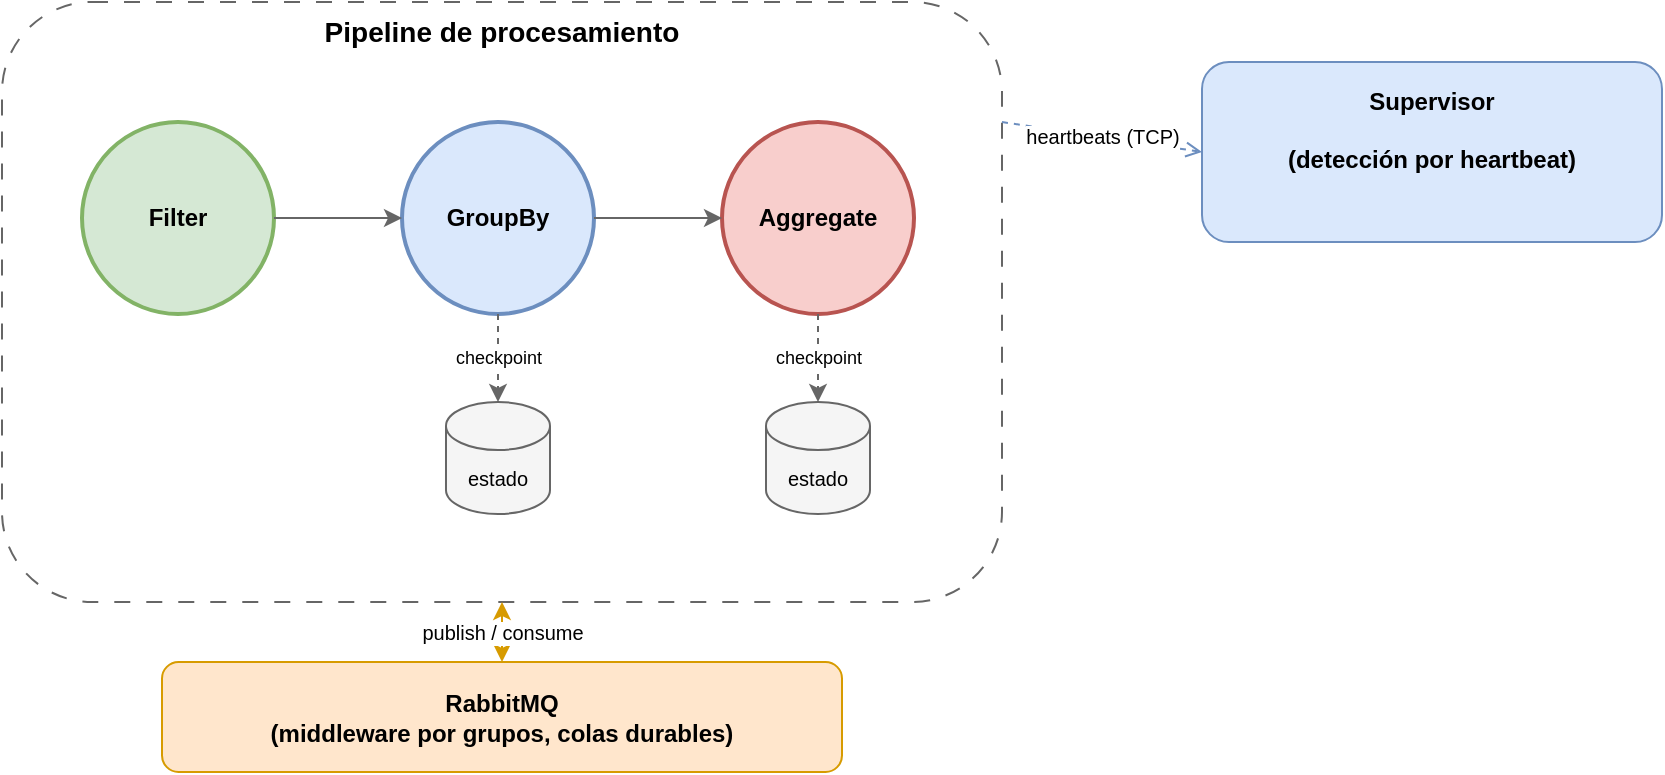
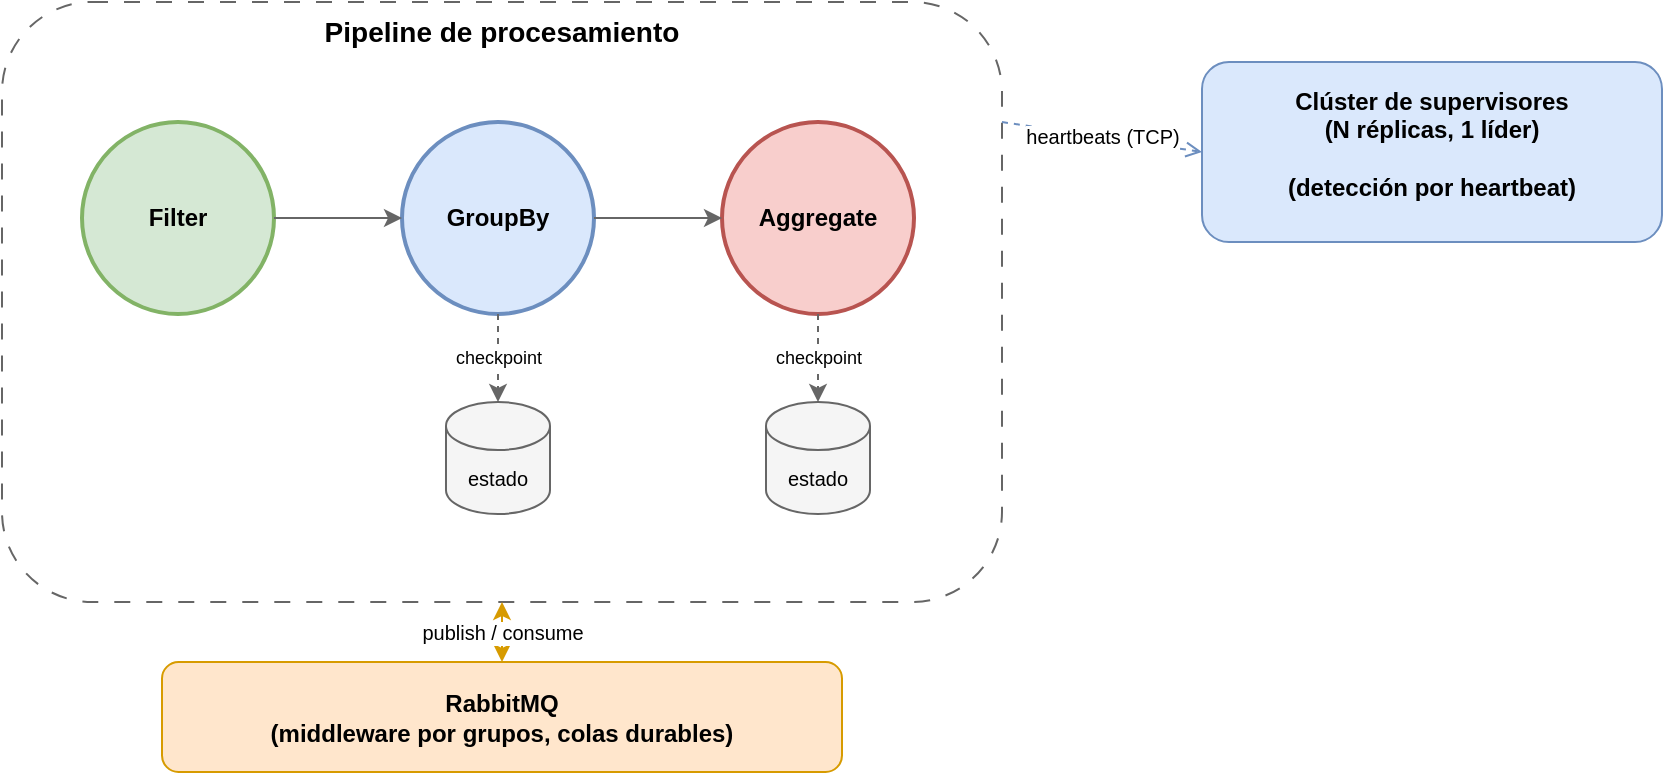
<mxfile host="app.diagrams.net" version="24.0.0">
  <diagram name="ft-architecture" id="ftarch">
    <mxGraphModel dx="900" dy="600" grid="0" gridSize="10" guides="1" tooltips="1" connect="1" arrows="1" fold="1" page="1" pageScale="1" pageWidth="900" pageHeight="520" math="0" shadow="0">
      <root>
        <mxCell id="0" />
        <mxCell id="1" parent="0" />


        <mxCell id="pipe" value="Pipeline de procesamiento" style="rounded=1;whiteSpace=wrap;html=1;fillColor=none;strokeColor=#666666;dashed=1;dashPattern=8 8;verticalAlign=top;fontSize=14;fontStyle=1;" vertex="1" parent="1">
          <mxGeometry x="20.00" y="30.00" width="500" height="300" as="geometry" />
        </mxCell>


        <mxCell id="nfilter" value="Filter" style="ellipse;whiteSpace=wrap;html=1;aspect=fixed;strokeWidth=2;fillColor=#d5e8d4;strokeColor=#82b366;fontStyle=1" vertex="1" parent="1">
          <mxGeometry x="60.00" y="90.00" width="96" height="96" as="geometry" />
        </mxCell>
        <mxCell id="ngroup" value="GroupBy" style="ellipse;whiteSpace=wrap;html=1;aspect=fixed;strokeWidth=2;fillColor=#dae8fc;strokeColor=#6c8ebf;fontStyle=1" vertex="1" parent="1">
          <mxGeometry x="220.00" y="90.00" width="96" height="96" as="geometry" />
        </mxCell>
        <mxCell id="naggr" value="Aggregate" style="ellipse;whiteSpace=wrap;html=1;aspect=fixed;strokeWidth=2;fillColor=#f8cecc;strokeColor=#b85450;fontStyle=1" vertex="1" parent="1">
          <mxGeometry x="380.00" y="90.00" width="96" height="96" as="geometry" />
        </mxCell>


        <mxCell id="cgroup" value="estado" style="shape=cylinder3;whiteSpace=wrap;html=1;boundedLbl=1;backgroundOutline=1;size=12;fillColor=#f5f5f5;strokeColor=#666666;fontSize=10" vertex="1" parent="1">
          <mxGeometry x="242.00" y="230.00" width="52" height="56" as="geometry" />
        </mxCell>
        <mxCell id="caggr" value="estado" style="shape=cylinder3;whiteSpace=wrap;html=1;boundedLbl=1;backgroundOutline=1;size=12;fillColor=#f5f5f5;strokeColor=#666666;fontSize=10" vertex="1" parent="1">
          <mxGeometry x="402.00" y="230.00" width="52" height="56" as="geometry" />
        </mxCell>


        <mxCell id="e1" style="endArrow=classic;html=1;strokeColor=#666666;" edge="1" parent="1" source="nfilter" target="ngroup"><mxGeometry relative="1" as="geometry" /></mxCell>
        <mxCell id="e2" style="endArrow=classic;html=1;strokeColor=#666666;" edge="1" parent="1" source="ngroup" target="naggr"><mxGeometry relative="1" as="geometry" /></mxCell>
        <mxCell id="ec1" value="checkpoint" style="endArrow=classic;html=1;strokeColor=#666666;fontSize=9;dashed=1;" edge="1" parent="1" source="ngroup" target="cgroup"><mxGeometry relative="1" as="geometry" /></mxCell>
        <mxCell id="ec2" value="checkpoint" style="endArrow=classic;html=1;strokeColor=#666666;fontSize=9;dashed=1;" edge="1" parent="1" source="naggr" target="caggr"><mxGeometry relative="1" as="geometry" /></mxCell>


        <mxCell id="rabbit" value="RabbitMQ&#10;(middleware por grupos, colas durables)" style="rounded=1;whiteSpace=wrap;html=1;fillColor=#ffe6cc;strokeColor=#d79b00;fontStyle=1" vertex="1" parent="1">
          <mxGeometry x="100.00" y="360.00" width="340" height="55" as="geometry" />
        </mxCell>
        <mxCell id="edata" value="publish / consume" style="endArrow=classic;startArrow=classic;html=1;strokeColor=#d79b00;fontSize=10;" edge="1" parent="1" source="pipe" target="rabbit"><mxGeometry relative="1" as="geometry" /></mxCell>


-         <mxCell id="sup" value="Supervisor&#10;&#10;(detección por heartbeat)" style="rounded=1;whiteSpace=wrap;html=1;fillColor=#dae8fc;strokeColor=#6c8ebf;fontStyle=1;verticalAlign=top;spacingTop=6" vertex="1" parent="1">
+         <mxCell id="sup" value="Clúster de supervisores&#10;(N réplicas, 1 líder)&#10;&#10;(detección por heartbeat)" style="rounded=1;whiteSpace=wrap;html=1;fillColor=#dae8fc;strokeColor=#6c8ebf;fontStyle=1;verticalAlign=top;spacingTop=6" vertex="1" parent="1">
          <mxGeometry x="620.00" y="60.00" width="230" height="90" as="geometry" />
        </mxCell>


        <mxCell id="ehb" value="heartbeats (TCP)" style="endArrow=open;html=1;dashed=1;strokeColor=#6c8ebf;fontSize=10;exitX=1;exitY=0.2;exitDx=0;exitDy=0;entryX=0;entryY=0.5;entryDx=0;entryDy=0;" edge="1" parent="1" source="pipe" target="sup"><mxGeometry relative="1" as="geometry" /></mxCell>

      </root>
    </mxGraphModel>
  </diagram>
</mxfile>